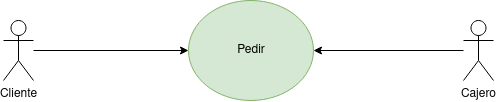
rhcarballo/ets keeps this draw.io diagram as img/prueba.png. Above is the earlier version. Source tidied: cells renumbered, new cells last; positions are measured from the earlier drawing's top-left corner, leaving out a move shared by most shapes. Its diagram source:
```xml
<mxGraphModel>
  <root>
    <mxCell id="0" />
    <mxCell id="1" parent="0" />
    <mxCell id="2" style="edgeStyle=orthogonalEdgeStyle;rounded=0;jettySize=auto;html=1;entryX=0;entryY=0.5;entryDx=0;entryDy=0;" parent="1" edge="1" source="3" target="6">
      <mxGeometry relative="1" as="geometry" />
    </mxCell>
    <mxCell id="3" value="Cliente" style="shape=umlActor;html=1;verticalLabelPosition=bottom;verticalAlign=top;align=center;" parent="1" vertex="1">
      <mxGeometry y="20" width="30" height="60" as="geometry" />
    </mxCell>
    <mxCell id="4" style="edgeStyle=orthogonalEdgeStyle;rounded=0;jettySize=auto;html=1;entryX=1;entryY=0.5;entryDx=0;entryDy=0;" parent="1" edge="1" source="5" target="6">
      <mxGeometry relative="1" as="geometry" />
    </mxCell>
    <mxCell id="5" value="Cajero" style="shape=umlActor;html=1;verticalLabelPosition=bottom;verticalAlign=top;align=center;" parent="1" vertex="1">
      <mxGeometry x="460" y="20" width="30" height="60" as="geometry" />
    </mxCell>
    <mxCell id="6" style="ellipse;whiteSpace=wrap;html=1;fillColor=#d5e8d4;strokeColor=#82b366;" parent="1" vertex="1">
      <mxGeometry x="185" width="125" height="100" as="geometry" />
    </mxCell>
    <mxCell id="7" value="Pedir" style="text;html=1;align=center;verticalAlign=middle;whiteSpace=wrap;rounded=0;" parent="1" vertex="1">
      <mxGeometry x="232.5" y="45" width="30" height="10" as="geometry" />
    </mxCell>
  </root>
</mxGraphModel>
```
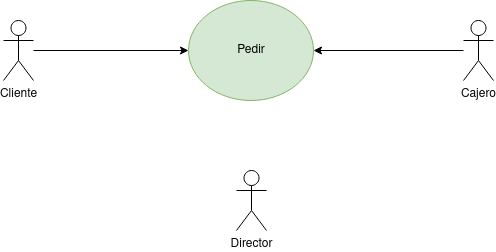
After the commit.

Commit message:
Añadimos versión 2 de imagen.png

The edit, as a diff of the source:
```diff
@@ -20,5 +20,8 @@
     <mxCell id="7" value="Pedir" style="text;html=1;align=center;verticalAlign=middle;whiteSpace=wrap;rounded=0;" parent="1" vertex="1">
       <mxGeometry x="232.5" y="45" width="30" height="10" as="geometry" />
     </mxCell>
+    <mxCell id="8" value="Director" style="shape=umlActor;html=1;verticalLabelPosition=bottom;verticalAlign=top;align=center;" parent="1" vertex="1">
+      <mxGeometry x="233" y="170" width="30" height="60" as="geometry" />
+    </mxCell>
   </root>
 </mxGraphModel>
```
